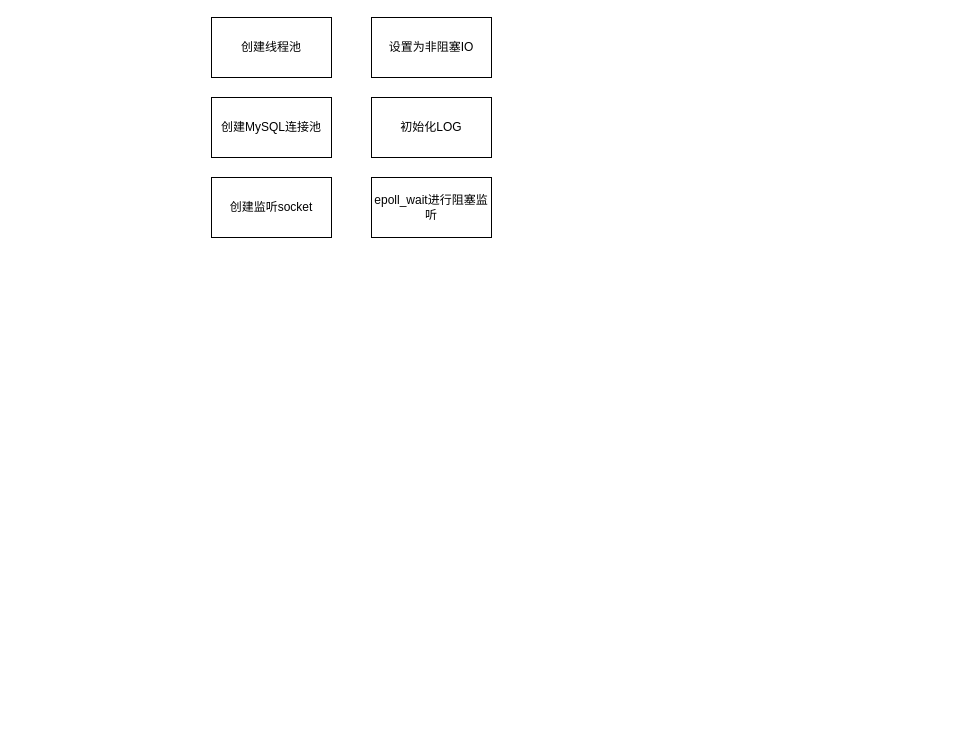
1900100209/Data-Structures-And-Algorithms keeps this draw.io diagram as 毕设设计.drawio. Above is the earlier version. Source tidied: cells renumbered, new cells numbered last; positions are measured from the earlier drawing's top-left corner, leaving out a move shared by most shapes. Both pictures are drawn from the tidied source at 100%, with x=0, y=0 at pixel (211, 17).
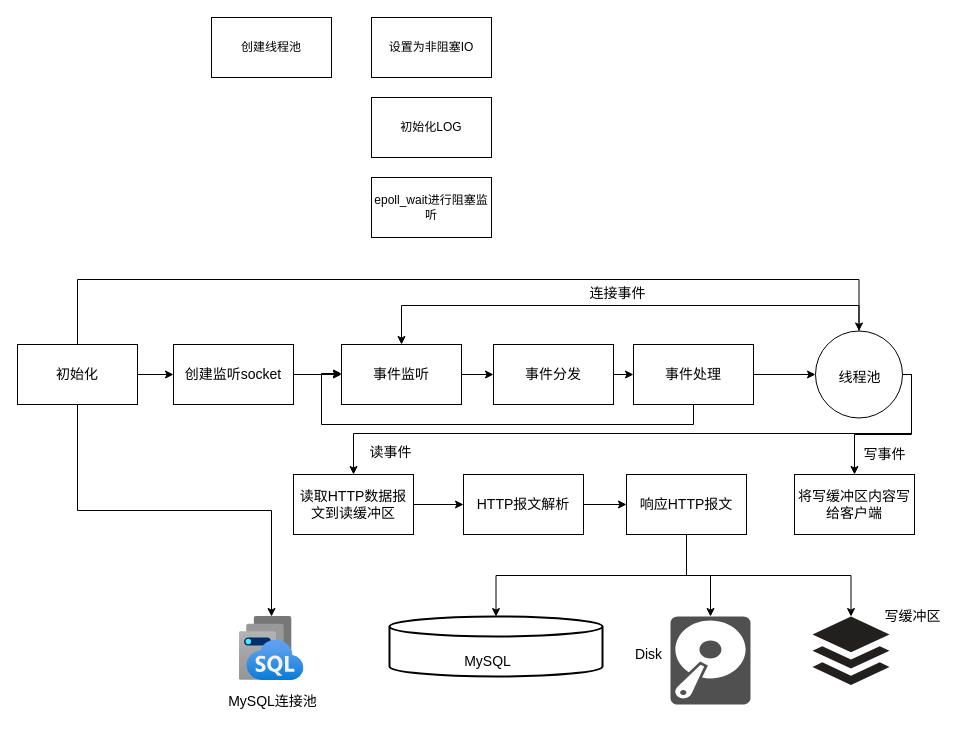
After the change.

Commit message:
更新毕设设计.drawio

Change to the diagram source:
```diff
@@
+    <mxCell id="8" style="edgeStyle=orthogonalEdgeStyle;rounded=0;jettySize=auto;html=1;exitX=1;exitY=0.5;exitDx=0;exitDy=0;entryX=0;entryY=0.5;entryDx=0;entryDy=0;fontFamily=宋体;fontSize=14;" parent="1" edge="1" source="3" target="4">
+      <mxGeometry relative="1" as="geometry" />
+    </mxCell>
+    <mxCell id="9" style="edgeStyle=orthogonalEdgeStyle;rounded=0;jettySize=auto;html=1;exitX=0.5;exitY=1;exitDx=0;exitDy=0;fontFamily=宋体;fontSize=14;" parent="1" edge="1" source="3" target="38">
+      <mxGeometry relative="1" as="geometry" />
+    </mxCell>
+    <mxCell id="10" style="edgeStyle=orthogonalEdgeStyle;rounded=0;jettySize=auto;html=1;exitX=0.5;exitY=0;exitDx=0;exitDy=0;entryX=0.5;entryY=0;entryDx=0;entryDy=0;fontFamily=宋体;fontSize=14;" parent="1" edge="1" source="3" target="41">
+      <mxGeometry relative="1" as="geometry">
+        <Array as="points">
+          <mxPoint x="-134" y="262" />
+          <mxPoint x="648" y="262" />
+        </Array>
+      </mxGeometry>
+    </mxCell>
-    <mxCell id="3" value="创建MySQL连接池" style="rounded=0;whiteSpace=wrap;html=1;" parent="1" vertex="1">
-      <mxGeometry y="80" width="120" height="60" as="geometry" />
+    <mxCell id="3" value="初始化" style="rounded=0;whiteSpace=wrap;html=1;fontFamily=宋体;fontSize=14;" parent="1" vertex="1">
+      <mxGeometry x="-194" y="327" width="120" height="60" as="geometry" />
     </mxCell>
+    <mxCell id="11" style="edgeStyle=orthogonalEdgeStyle;rounded=0;jettySize=auto;html=1;exitX=1;exitY=0.5;exitDx=0;exitDy=0;entryX=0;entryY=0.5;entryDx=0;entryDy=0;fontFamily=宋体;fontSize=14;" parent="1" edge="1" source="4" target="15">
+      <mxGeometry relative="1" as="geometry" />
+    </mxCell>
-    <mxCell id="4" value="创建监听socket" style="rounded=0;whiteSpace=wrap;html=1;" parent="1" vertex="1">
-      <mxGeometry y="160" width="120" height="60" as="geometry" />
+    <mxCell id="4" value="创建监听socket" style="rounded=0;whiteSpace=wrap;html=1;fontFamily=宋体;fontSize=14;" parent="1" vertex="1">
+      <mxGeometry x="-38" y="327" width="120" height="60" as="geometry" />
     </mxCell>
@@
+    <mxCell id="12" style="strokeWidth=2;html=1;shape=mxgraph.flowchart.database;whiteSpace=wrap;fontFamily=宋体;fontSize=14;" parent="1" vertex="1">
+      <mxGeometry x="178" y="599" width="213" height="60" as="geometry" />
+    </mxCell>
+    <mxCell id="13" style="sketch=0;shadow=0;dashed=0;html=1;strokeColor=none;fillColor=#505050;labelPosition=center;verticalLabelPosition=bottom;verticalAlign=top;outlineConnect=0;align=center;shape=mxgraph.office.devices.hard_disk;fontFamily=宋体;fontSize=14;" parent="1" vertex="1">
+      <mxGeometry x="459" y="599" width="80" height="88" as="geometry" />
+    </mxCell>
+    <mxCell id="14" style="edgeStyle=orthogonalEdgeStyle;rounded=0;jettySize=auto;html=1;exitX=1;exitY=0.5;exitDx=0;exitDy=0;entryX=0;entryY=0.5;entryDx=0;entryDy=0;fontFamily=宋体;fontSize=14;" parent="1" edge="1" source="15" target="17">
+      <mxGeometry relative="1" as="geometry" />
+    </mxCell>
+    <mxCell id="15" value="事件监听" style="rounded=0;whiteSpace=wrap;html=1;fontFamily=宋体;fontSize=14;" parent="1" vertex="1">
+      <mxGeometry x="130" y="327" width="120" height="60" as="geometry" />
+    </mxCell>
+    <mxCell id="16" style="edgeStyle=orthogonalEdgeStyle;rounded=0;jettySize=auto;html=1;exitX=1;exitY=0.5;exitDx=0;exitDy=0;entryX=0;entryY=0.5;entryDx=0;entryDy=0;fontFamily=宋体;fontSize=14;" parent="1" edge="1" source="17" target="20">
+      <mxGeometry relative="1" as="geometry" />
+    </mxCell>
+    <mxCell id="17" value="事件分发" style="rounded=0;whiteSpace=wrap;html=1;fontFamily=宋体;fontSize=14;" parent="1" vertex="1">
+      <mxGeometry x="282" y="327" width="120" height="60" as="geometry" />
+    </mxCell>
+    <mxCell id="18" style="edgeStyle=orthogonalEdgeStyle;rounded=0;jettySize=auto;html=1;exitX=1;exitY=0.5;exitDx=0;exitDy=0;entryX=0;entryY=0.5;entryDx=0;entryDy=0;fontFamily=宋体;fontSize=14;" parent="1" edge="1" source="20" target="41">
+      <mxGeometry relative="1" as="geometry" />
+    </mxCell>
+    <mxCell id="19" style="edgeStyle=orthogonalEdgeStyle;rounded=0;orthogonalLoop=1;jettySize=auto;html=1;exitX=0.5;exitY=1;exitDx=0;exitDy=0;entryX=0;entryY=0.5;entryDx=0;entryDy=0;fontFamily=宋体;fontSize=14;" parent="1" edge="1">
+      <mxGeometry relative="1" as="geometry">
+        <mxPoint x="482" y="386" as="sourcePoint" />
+        <mxPoint x="130" y="356" as="targetPoint" />
+        <Array as="points">
+          <mxPoint x="482" y="407" />
+          <mxPoint x="110" y="407" />
+          <mxPoint x="110" y="356" />
+        </Array>
+      </mxGeometry>
+    </mxCell>
+    <mxCell id="20" value="事件处理" style="rounded=0;whiteSpace=wrap;html=1;fontFamily=宋体;fontSize=14;" parent="1" vertex="1">
+      <mxGeometry x="422" y="327" width="120" height="60" as="geometry" />
+    </mxCell>
+    <mxCell id="21" style="edgeStyle=orthogonalEdgeStyle;rounded=0;jettySize=auto;html=1;exitX=0.5;exitY=0;exitDx=0;exitDy=0;entryX=0.5;entryY=0;entryDx=0;entryDy=0;fontFamily=宋体;fontSize=14;" parent="1" edge="1" source="41" target="15">
+      <mxGeometry relative="1" as="geometry">
+        <Array as="points">
+          <mxPoint x="648" y="288" />
+          <mxPoint x="190" y="288" />
+        </Array>
+      </mxGeometry>
+    </mxCell>
+    <mxCell id="22" style="edgeStyle=orthogonalEdgeStyle;rounded=0;jettySize=auto;html=1;exitX=1;exitY=0.5;exitDx=0;exitDy=0;entryX=0;entryY=0.5;entryDx=0;entryDy=0;fontFamily=宋体;fontSize=14;" parent="1" edge="1" source="23" target="26">
+      <mxGeometry relative="1" as="geometry" />
+    </mxCell>
+    <mxCell id="23" value="读取HTTP数据报文到读缓冲区" style="rounded=0;whiteSpace=wrap;html=1;fontFamily=宋体;fontSize=14;" parent="1" vertex="1">
+      <mxGeometry x="82" y="457" width="120" height="60" as="geometry" />
+    </mxCell>
+    <mxCell id="24" value="读事件" style="text;html=1;align=center;verticalAlign=middle;strokeColor=none;fillColor=none;fontFamily=宋体;fontSize=14;" parent="1" vertex="1">
+      <mxGeometry x="148" y="420" width="61" height="29" as="geometry" />
+    </mxCell>
+    <mxCell id="25" style="edgeStyle=orthogonalEdgeStyle;rounded=0;jettySize=auto;html=1;exitX=1;exitY=0.5;exitDx=0;exitDy=0;entryX=0;entryY=0.5;entryDx=0;entryDy=0;fontFamily=宋体;fontSize=14;" parent="1" edge="1" source="26" target="29">
+      <mxGeometry relative="1" as="geometry" />
+    </mxCell>
+    <mxCell id="26" value="HTTP报文解析" style="rounded=0;whiteSpace=wrap;html=1;fontFamily=宋体;fontSize=14;" parent="1" vertex="1">
+      <mxGeometry x="252" y="457" width="120" height="60" as="geometry" />
+    </mxCell>
+    <mxCell id="27" style="edgeStyle=orthogonalEdgeStyle;rounded=0;jettySize=auto;html=1;exitX=0.5;exitY=1;exitDx=0;exitDy=0;fontFamily=宋体;fontSize=14;" parent="1" edge="1" source="29" target="13">
+      <mxGeometry relative="1" as="geometry" />
+    </mxCell>
+    <mxCell id="28" style="edgeStyle=orthogonalEdgeStyle;rounded=0;jettySize=auto;html=1;exitX=0.5;exitY=1;exitDx=0;exitDy=0;fontFamily=宋体;fontSize=14;" parent="1" edge="1" source="29" target="36">
+      <mxGeometry relative="1" as="geometry" />
+    </mxCell>
+    <mxCell id="29" value="响应HTTP报文" style="rounded=0;whiteSpace=wrap;html=1;fontFamily=宋体;fontSize=14;" parent="1" vertex="1">
+      <mxGeometry x="415" y="457" width="120" height="60" as="geometry" />
+    </mxCell>
+    <mxCell id="30" value="MySQL" style="text;html=1;align=center;verticalAlign=middle;strokeColor=none;fillColor=none;fontFamily=宋体;fontSize=14;" parent="1" vertex="1">
+      <mxGeometry x="248.5" y="629" width="54" height="29" as="geometry" />
+    </mxCell>
+    <mxCell id="31" style="edgeStyle=orthogonalEdgeStyle;rounded=0;jettySize=auto;html=1;exitX=0.5;exitY=1;exitDx=0;exitDy=0;entryX=0.5;entryY=0;entryDx=0;entryDy=0;entryPerimeter=0;fontFamily=宋体;fontSize=14;" parent="1" edge="1" source="29" target="12">
+      <mxGeometry relative="1" as="geometry" />
+    </mxCell>
+    <mxCell id="32" value="Disk" style="text;html=1;align=center;verticalAlign=middle;strokeColor=none;fillColor=none;fontFamily=宋体;fontSize=14;" parent="1" vertex="1">
+      <mxGeometry x="413" y="622" width="47" height="29" as="geometry" />
+    </mxCell>
+    <mxCell id="33" value="连接事件" style="text;html=1;align=center;verticalAlign=middle;strokeColor=none;fillColor=none;fontFamily=宋体;fontSize=14;" parent="1" vertex="1">
+      <mxGeometry x="368" y="261" width="76" height="29" as="geometry" />
+    </mxCell>
+    <mxCell id="34" value="将写缓冲区内容写给客户端" style="rounded=0;whiteSpace=wrap;html=1;fontFamily=宋体;fontSize=14;" parent="1" vertex="1">
+      <mxGeometry x="583" y="457" width="120" height="60" as="geometry" />
+    </mxCell>
+    <mxCell id="35" value="写事件" style="text;html=1;align=center;verticalAlign=middle;strokeColor=none;fillColor=none;fontFamily=宋体;fontSize=14;" parent="1" vertex="1">
+      <mxGeometry x="642" y="422" width="61" height="29" as="geometry" />
+    </mxCell>
+    <mxCell id="36" style="dashed=0;outlineConnect=0;html=1;align=center;labelPosition=center;verticalLabelPosition=bottom;verticalAlign=top;shape=mxgraph.weblogos.buffer;fillColor=#221F1F;strokeColor=none;fontFamily=宋体;fontSize=14;" parent="1" vertex="1">
+      <mxGeometry x="601" y="599" width="77" height="68.4" as="geometry" />
+    </mxCell>
+    <mxCell id="37" value="写缓冲区" style="text;html=1;align=center;verticalAlign=middle;strokeColor=none;fillColor=none;fontFamily=宋体;fontSize=14;" parent="1" vertex="1">
+      <mxGeometry x="663" y="584" width="76" height="29" as="geometry" />
+    </mxCell>
+    <mxCell id="38" style="image;html=1;points=[];align=center;fontSize=14;image=img/lib/azure2/other/Instance_Pools.svg;fontFamily=宋体;" parent="1" vertex="1">
+      <mxGeometry x="27.5" y="599" width="65" height="64" as="geometry" />
+    </mxCell>
+    <mxCell id="39" style="edgeStyle=orthogonalEdgeStyle;rounded=0;jettySize=auto;html=1;exitX=1;exitY=0.5;exitDx=0;exitDy=0;entryX=0.5;entryY=0;entryDx=0;entryDy=0;fontFamily=宋体;fontSize=14;" parent="1" edge="1" source="41" target="23">
+      <mxGeometry relative="1" as="geometry">
+        <Array as="points">
+          <mxPoint x="700" y="357" />
+          <mxPoint x="700" y="416" />
+          <mxPoint x="142" y="416" />
+        </Array>
+      </mxGeometry>
+    </mxCell>
+    <mxCell id="40" style="edgeStyle=orthogonalEdgeStyle;rounded=0;jettySize=auto;html=1;exitX=1;exitY=0.5;exitDx=0;exitDy=0;entryX=0.5;entryY=0;entryDx=0;entryDy=0;fontFamily=宋体;fontSize=14;" parent="1" edge="1" source="41" target="34">
+      <mxGeometry relative="1" as="geometry">
+        <Array as="points">
+          <mxPoint x="700" y="357" />
+          <mxPoint x="700" y="417" />
+          <mxPoint x="643" y="417" />
+        </Array>
+      </mxGeometry>
+    </mxCell>
+    <mxCell id="41" style="shape=ellipse;html=1;dashed=0;whiteSpace=wrap;perimeter=ellipsePerimeter;fontFamily=宋体;fontSize=14;" parent="1" vertex="1">
+      <mxGeometry x="604" y="313.5" width="87" height="87" as="geometry" />
+    </mxCell>
+    <mxCell id="42" value="线程池" style="text;html=1;align=center;verticalAlign=middle;strokeColor=none;fillColor=none;fontFamily=宋体;fontSize=14;" parent="1" vertex="1">
+      <mxGeometry x="617.5" y="345" width="61" height="29" as="geometry" />
+    </mxCell>
+    <mxCell id="43" value="MySQL连接池" style="text;html=1;align=center;verticalAlign=middle;strokeColor=none;fillColor=none;fontFamily=宋体;fontSize=14;" parent="1" vertex="1">
+      <mxGeometry x="12" y="669" width="97" height="29" as="geometry" />
+    </mxCell>
```
